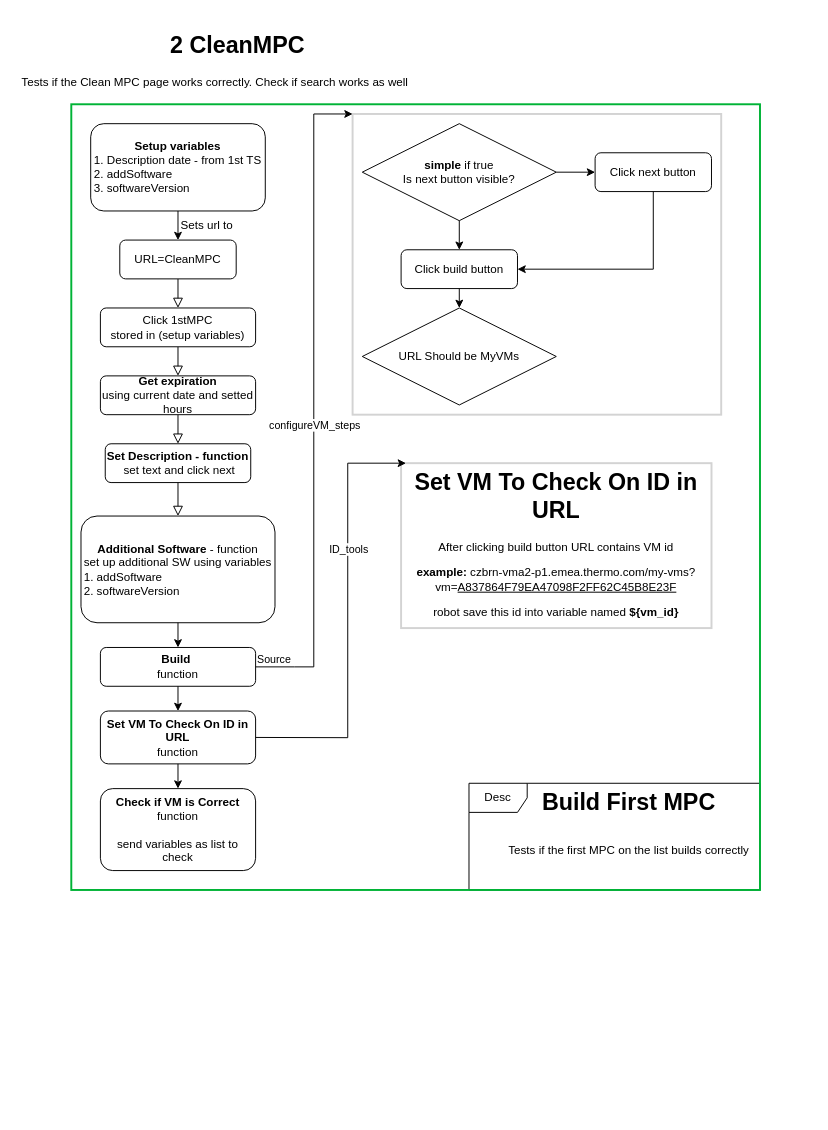
Before: page "2 CleanMPC" (2 of 4) of 4_MyVMS.drawio in MartinBlazek6/Project, a draw.io diagram. Source tidied: cells renumbered, new cells numbered last; positions are measured from the earlier drawing's top-left corner, leaving out a move shared by most shapes. Both pictures are drawn from the tidied source at 97%, with x=0, y=0 at pixel (16, 26).
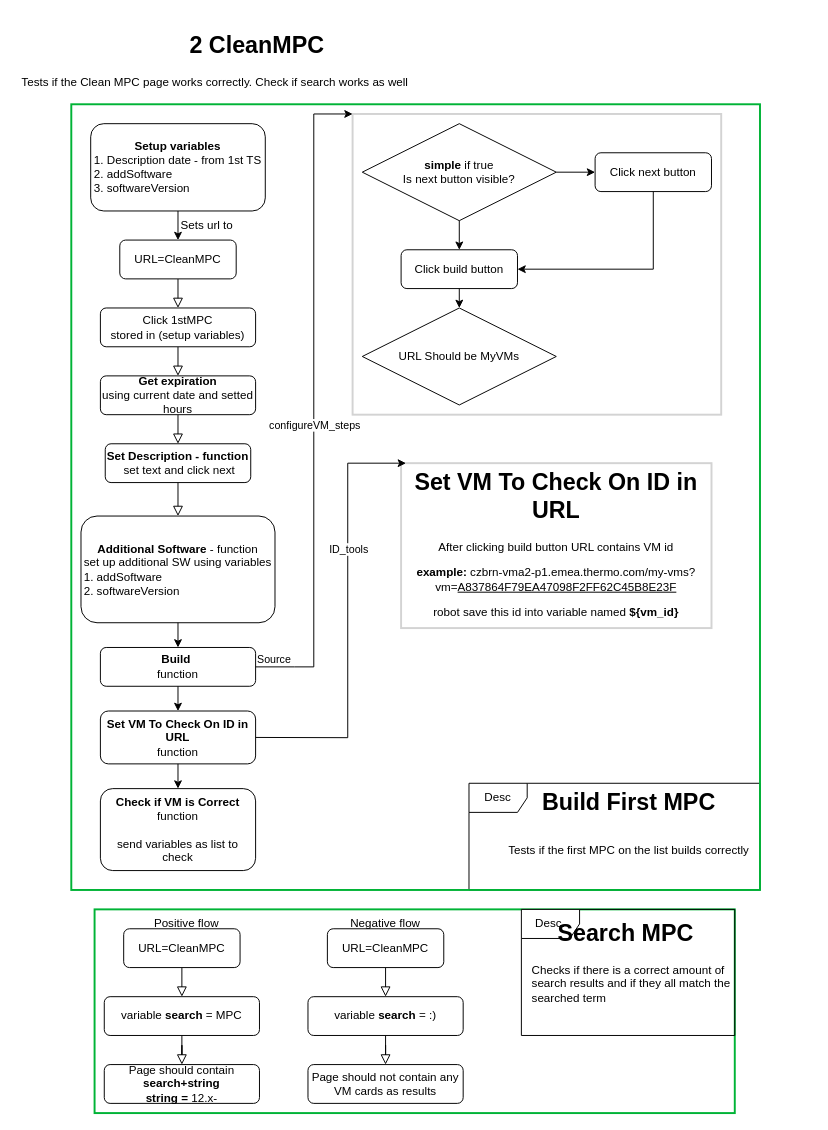
Above is the later version.

What changed in the source:
```diff
@@
-    <mxCell id="4" value="&lt;h1 style=&quot;text-align: center&quot;&gt;&lt;span&gt;&lt;span&gt; &lt;/span&gt;&lt;span&gt; &lt;/span&gt;&lt;span&gt; &lt;/span&gt;&lt;span style=&quot;white-space: pre&quot;&gt; &lt;/span&gt;&lt;span style=&quot;white-space: pre&quot;&gt; &lt;/span&gt;&lt;span style=&quot;white-space: pre&quot;&gt; &lt;/span&gt;&lt;span style=&quot;white-space: pre&quot;&gt; &lt;/span&gt;&lt;span style=&quot;white-space: pre&quot;&gt; &lt;/span&gt;&lt;span style=&quot;white-space: pre&quot;&gt; &lt;/span&gt;&lt;span style=&quot;white-space: pre&quot;&gt; &lt;/span&gt;2 CleanMPC&lt;/span&gt;&lt;/h1&gt;&lt;div style=&quot;text-align: center&quot;&gt;&lt;span&gt;Tests if the Clean MPC page works correctly. Check if search works as well&lt;/span&gt;&lt;/div&gt;&lt;h1 style=&quot;text-align: center&quot;&gt;&lt;span style=&quot;font-size: 12px ; font-weight: 400&quot;&gt;&amp;nbsp;&lt;/span&gt;&lt;br&gt;&lt;/h1&gt;" style="text;html=1;strokeColor=none;fillColor=none;spacing=5;spacingTop=-20;whiteSpace=wrap;overflow=hidden;rounded=0;" parent="1" vertex="1">
+    <mxCell id="4" value="&lt;h1 style=&quot;text-align: center&quot;&gt;&lt;span&gt;&lt;span&gt; &lt;/span&gt;&lt;span&gt; &lt;/span&gt;&lt;span&gt; &lt;/span&gt;&lt;span style=&quot;white-space: pre&quot;&gt; &lt;/span&gt;&lt;span style=&quot;white-space: pre&quot;&gt; &lt;/span&gt;&lt;span style=&quot;white-space: pre&quot;&gt; &lt;/span&gt;&lt;span style=&quot;white-space: pre&quot;&gt; &lt;/span&gt;&lt;span style=&quot;white-space: pre&quot;&gt; &lt;/span&gt;&lt;span style=&quot;white-space: pre&quot;&gt; &lt;/span&gt;&lt;span style=&quot;white-space: pre&quot;&gt; &lt;span style=&quot;white-space: pre&quot;&gt; &lt;/span&gt;&lt;span style=&quot;white-space: pre&quot;&gt; &lt;/span&gt;&lt;span style=&quot;white-space: pre&quot;&gt; &lt;/span&gt;&lt;span style=&quot;white-space: pre&quot;&gt; &lt;/span&gt;&lt;span style=&quot;white-space: pre&quot;&gt; &lt;/span&gt;&lt;span style=&quot;white-space: pre&quot;&gt; &lt;/span&gt;&lt;/span&gt;2 CleanMPC&lt;/span&gt;&lt;/h1&gt;&lt;div style=&quot;text-align: center&quot;&gt;&lt;span&gt;Tests if the Clean MPC page works correctly. Check if search works as well&lt;/span&gt;&lt;/div&gt;&lt;h1 style=&quot;text-align: center&quot;&gt;&lt;span style=&quot;font-size: 12px ; font-weight: 400&quot;&gt;&amp;nbsp;&lt;/span&gt;&lt;br&gt;&lt;/h1&gt;" style="text;html=1;strokeColor=none;fillColor=none;spacing=5;spacingTop=-20;whiteSpace=wrap;overflow=hidden;rounded=0;" parent="1" vertex="1">
       <mxGeometry width="820" height="120" as="geometry" />
     </mxCell>
@@
+    <mxCell id="40" style="rounded=0;html=1;jettySize=auto;fontSize=11;endArrow=block;endFill=0;endSize=8;strokeWidth=1;shadow=0;labelBackgroundColor=none;edgeStyle=orthogonalEdgeStyle;" parent="1" edge="1" source="41">
+      <mxGeometry relative="1" as="geometry">
+        <mxPoint x="170" y="1000" as="targetPoint" />
+      </mxGeometry>
+    </mxCell>
+    <mxCell id="41" value="URL=CleanMPC" style="rounded=1;whiteSpace=wrap;html=1;fontSize=12;glass=0;strokeWidth=1;shadow=0;" parent="1" vertex="1">
+      <mxGeometry x="110" y="930" width="120" height="40" as="geometry" />
+    </mxCell>
+    <mxCell id="42" style="rounded=0;html=1;jettySize=auto;fontSize=11;endArrow=block;endFill=0;endSize=8;strokeWidth=1;shadow=0;labelBackgroundColor=none;edgeStyle=orthogonalEdgeStyle;entryX=0.5;entryY=0;entryDx=0;entryDy=0;" parent="1" edge="1" source="43" target="44">
+      <mxGeometry relative="1" as="geometry" />
+    </mxCell>
+    <mxCell id="43" value="variable &lt;b&gt;search &lt;/b&gt;= MPC" style="rounded=1;whiteSpace=wrap;html=1;fontSize=12;glass=0;strokeWidth=1;shadow=0;" parent="1" vertex="1">
+      <mxGeometry x="90" y="1000" width="160" height="40" as="geometry" />
+    </mxCell>
+    <mxCell id="44" value="Page should contain &lt;b&gt;search+string&lt;br&gt;string = &lt;/b&gt;12.x-" style="rounded=1;whiteSpace=wrap;html=1;fontSize=12;glass=0;strokeWidth=1;shadow=0;" parent="1" vertex="1">
+      <mxGeometry x="90" y="1070" width="160" height="40" as="geometry" />
+    </mxCell>
+    <mxCell id="45" style="rounded=0;html=1;jettySize=auto;fontSize=11;endArrow=block;endFill=0;endSize=8;strokeWidth=1;shadow=0;labelBackgroundColor=none;edgeStyle=orthogonalEdgeStyle;" parent="1" edge="1" source="46">
+      <mxGeometry relative="1" as="geometry">
+        <mxPoint x="380" y="1000" as="targetPoint" />
+      </mxGeometry>
+    </mxCell>
+    <mxCell id="46" value="URL=CleanMPC" style="rounded=1;whiteSpace=wrap;html=1;fontSize=12;glass=0;strokeWidth=1;shadow=0;" parent="1" vertex="1">
+      <mxGeometry x="320" y="930" width="120" height="40" as="geometry" />
+    </mxCell>
+    <mxCell id="47" style="rounded=0;html=1;jettySize=auto;fontSize=11;endArrow=block;endFill=0;endSize=8;strokeWidth=1;shadow=0;labelBackgroundColor=none;edgeStyle=orthogonalEdgeStyle;entryX=0.5;entryY=0;entryDx=0;entryDy=0;" parent="1" edge="1" source="48" target="49">
+      <mxGeometry relative="1" as="geometry" />
+    </mxCell>
+    <mxCell id="48" value="variable &lt;b&gt;search &lt;/b&gt;= :)" style="rounded=1;whiteSpace=wrap;html=1;fontSize=12;glass=0;strokeWidth=1;shadow=0;" parent="1" vertex="1">
+      <mxGeometry x="300" y="1000" width="160" height="40" as="geometry" />
+    </mxCell>
+    <mxCell id="49" value="Page should not contain any VM cards as results" style="rounded=1;whiteSpace=wrap;html=1;fontSize=12;glass=0;strokeWidth=1;shadow=0;" parent="1" vertex="1">
+      <mxGeometry x="300" y="1070" width="160" height="40" as="geometry" />
+    </mxCell>
+    <mxCell id="50" value="Positive flow" style="text;html=1;strokeColor=none;fillColor=none;align=center;verticalAlign=middle;whiteSpace=wrap;rounded=0;" parent="1" vertex="1">
+      <mxGeometry x="130" y="910" width="90" height="30" as="geometry" />
+    </mxCell>
+    <mxCell id="51" value="Negative flow" style="text;html=1;strokeColor=none;fillColor=none;align=center;verticalAlign=middle;whiteSpace=wrap;rounded=0;" parent="1" vertex="1">
+      <mxGeometry x="335" y="910" width="90" height="30" as="geometry" />
+    </mxCell>
+    <mxCell id="52" style="rounded=0;whiteSpace=wrap;html=1;fillColor=none;strokeColor=#00B336;strokeWidth=2;" parent="1" vertex="1">
+      <mxGeometry x="80" y="910" width="660" height="210" as="geometry" />
+    </mxCell>
+    <mxCell id="53" value="Desc." style="shape=umlFrame;whiteSpace=wrap;html=1;" parent="1" vertex="1">
+      <mxGeometry x="520" y="910" width="220" height="130" as="geometry" />
+    </mxCell>
+    <mxCell id="54" value="&lt;h1&gt;&lt;span&gt; &lt;/span&gt;&lt;span style=&quot;white-space: pre&quot;&gt; &lt;/span&gt;&amp;nbsp; &lt;span style=&quot;white-space: pre&quot;&gt; &lt;/span&gt;Search MPC&lt;/h1&gt;&lt;p&gt;Checks if there is a correct amount of search results and if they all match the searched term&lt;/p&gt;" style="text;html=1;strokeColor=none;fillColor=none;spacing=5;spacingTop=-20;whiteSpace=wrap;overflow=hidden;rounded=0;" parent="1" vertex="1">
+      <mxGeometry x="526" y="915" width="220" height="120" as="geometry" />
+    </mxCell>
```
